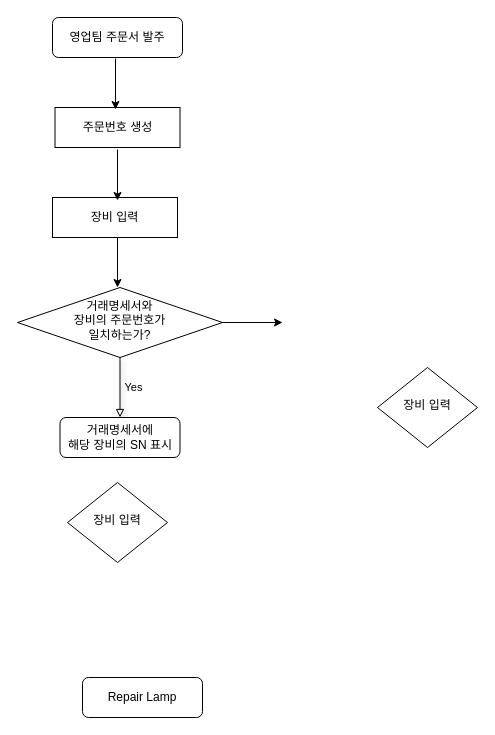
The draw.io diagram 거래명세서.drawio in MJKOOTHEFIRST/local1, before the edit. Source tidied: cells renumbered, new cells numbered last; positions are measured from the earlier drawing's top-left corner, leaving out a move shared by most shapes. Both pictures are drawn from the tidied source at 100%, with x=0, y=0 at pixel (17, 17).
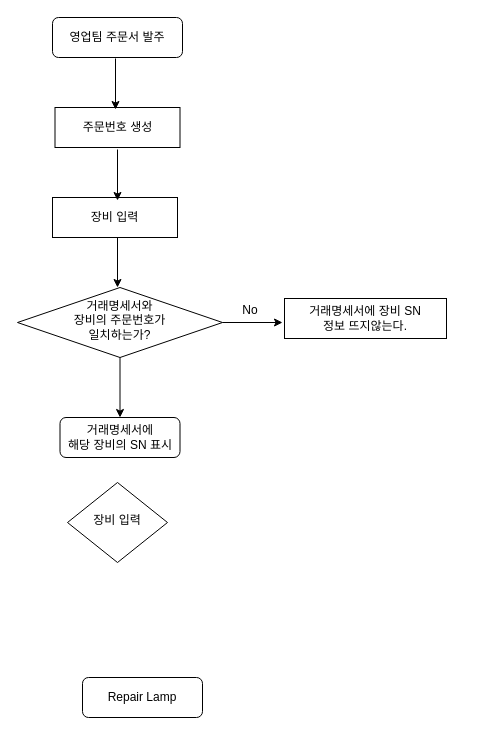
The same diagram, later.

Commit message (it also covers changes not shown here):
거래명세서.drawio 업데이트

What changed in the source:
```diff
@@
 <mxGraphModel>
   <root>
     <mxCell id="0" />
     <mxCell id="1" parent="0" />
     <mxCell id="2" value="영업팀 주문서 발주" style="rounded=1;whiteSpace=wrap;html=1;fontSize=12;glass=0;strokeWidth=1;shadow=0;" parent="1" vertex="1">
       <mxGeometry x="35" width="130" height="40" as="geometry" />
     </mxCell>
-    <mxCell id="3" value="Yes" style="edgeStyle=orthogonalEdgeStyle;rounded=0;html=1;jettySize=auto;fontSize=11;endArrow=block;endFill=0;strokeWidth=1;shadow=1;labelBackgroundColor=none;exitX=0.5;exitY=1;exitDx=0;exitDy=0;" parent="1" edge="1" source="8" target="6">
-      <mxGeometry y="13" relative="1" as="geometry" />
-    </mxCell>
     <mxCell id="4" style="edgeStyle=orthogonalEdgeStyle;rounded=0;orthogonalLoop=1;jettySize=auto;html=1;" parent="1" edge="1">
       <mxGeometry relative="1" as="geometry">
         <mxPoint x="100" y="219" as="sourcePoint" />
         <mxPoint x="100" y="270" as="targetPoint" />
       </mxGeometry>
     </mxCell>
     <mxCell id="5" value="Repair Lamp" style="rounded=1;whiteSpace=wrap;html=1;fontSize=12;glass=0;strokeWidth=1;shadow=0;" parent="1" vertex="1">
       <mxGeometry x="65" y="660" width="120" height="40" as="geometry" />
     </mxCell>
     <mxCell id="6" value="거래명세서에 &lt;br&gt;해당 장비의 SN 표시" style="rounded=1;whiteSpace=wrap;html=1;fontSize=12;glass=0;strokeWidth=1;shadow=0;" parent="1" vertex="1">
       <mxGeometry x="42.5" y="400" width="120" height="40" as="geometry" />
     </mxCell>
-    <mxCell id="7" value="장비 입력" style="rhombus;whiteSpace=wrap;html=1;shadow=0;fontFamily=Helvetica;fontSize=12;align=center;strokeWidth=1;spacing=6;spacingTop=-4;" parent="1" vertex="1">
-      <mxGeometry x="360" y="350" width="100" height="80" as="geometry" />
-    </mxCell>
     <mxCell id="8" value="거래명세서와 &lt;br&gt;장비의 주문번호가 &lt;br&gt;일치하는가?" style="rhombus;whiteSpace=wrap;html=1;shadow=0;fontFamily=Helvetica;fontSize=12;align=center;strokeWidth=1;spacing=6;spacingTop=-4;" parent="1" vertex="1">
       <mxGeometry y="270" width="205" height="70" as="geometry" />
     </mxCell>
     <mxCell id="9" value="장비 입력" style="rhombus;whiteSpace=wrap;html=1;shadow=0;fontFamily=Helvetica;fontSize=12;align=center;strokeWidth=1;spacing=6;spacingTop=-4;" parent="1" vertex="1">
       <mxGeometry x="50" y="465" width="100" height="80" as="geometry" />
     </mxCell>
     <mxCell id="10" value="주문번호 생성" style="rounded=0;whiteSpace=wrap;html=1;" parent="1" vertex="1">
       <mxGeometry x="37.5" y="90" width="125" height="40" as="geometry" />
     </mxCell>
     <mxCell id="11" value="장비 입력" style="rounded=0;whiteSpace=wrap;html=1;" parent="1" vertex="1">
       <mxGeometry x="35" y="180" width="125" height="40" as="geometry" />
     </mxCell>
     <mxCell id="12" style="edgeStyle=orthogonalEdgeStyle;rounded=0;orthogonalLoop=1;jettySize=auto;html=1;" parent="1" edge="1">
       <mxGeometry relative="1" as="geometry">
         <mxPoint x="100" y="132" as="sourcePoint" />
         <mxPoint x="100" y="183" as="targetPoint" />
       </mxGeometry>
     </mxCell>
     <mxCell id="13" style="edgeStyle=orthogonalEdgeStyle;rounded=0;orthogonalLoop=1;jettySize=auto;html=1;" parent="1" edge="1">
       <mxGeometry relative="1" as="geometry">
         <mxPoint x="98" y="41" as="sourcePoint" />
         <mxPoint x="98" y="92" as="targetPoint" />
       </mxGeometry>
     </mxCell>
     <mxCell id="14" style="endArrow=classic;html=1;rounded=0;exitX=1;exitY=0.5;exitDx=0;exitDy=0;" parent="1" edge="1" source="8">
       <mxGeometry relative="1" as="geometry">
         <mxPoint x="265" y="305" as="targetPoint" />
       </mxGeometry>
     </mxCell>
+    <mxCell id="15" value="No" style="text;html=1;strokeColor=none;fillColor=none;align=center;verticalAlign=middle;whiteSpace=wrap;overflow=hidden;" parent="1" vertex="1">
+      <mxGeometry x="193" y="283" width="80" height="20" as="geometry" />
+    </mxCell>
+    <mxCell id="16" value="거래명세서에 장비 SN &lt;br&gt;정보 뜨지않는다." style="rounded=0;whiteSpace=wrap;html=1;" parent="1" vertex="1">
+      <mxGeometry x="267" y="281" width="162" height="40" as="geometry" />
+    </mxCell>
+    <mxCell id="3" style="endArrow=classic;html=1;rounded=0;exitX=0.5;exitY=1;exitDx=0;exitDy=0;entryX=0.5;entryY=0;entryDx=0;entryDy=0;" parent="1" edge="1" source="8" target="6">
+      <mxGeometry relative="1" as="geometry" />
+    </mxCell>
   </root>
 </mxGraphModel>
```
